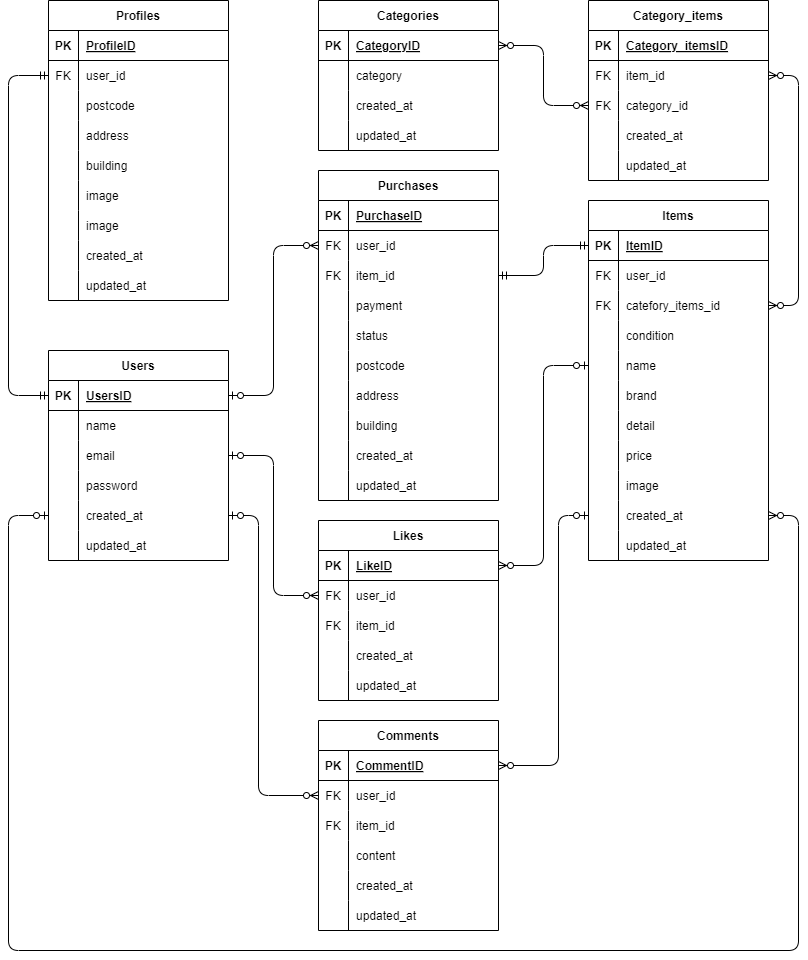
This is ER.drawio.png from orochan89/flea-market-app, a draw.io export, as it was before one commit. Source tidied: cells renumbered, new cells last; positions are measured from the earlier drawing's top-left corner, leaving out a move shared by most shapes.
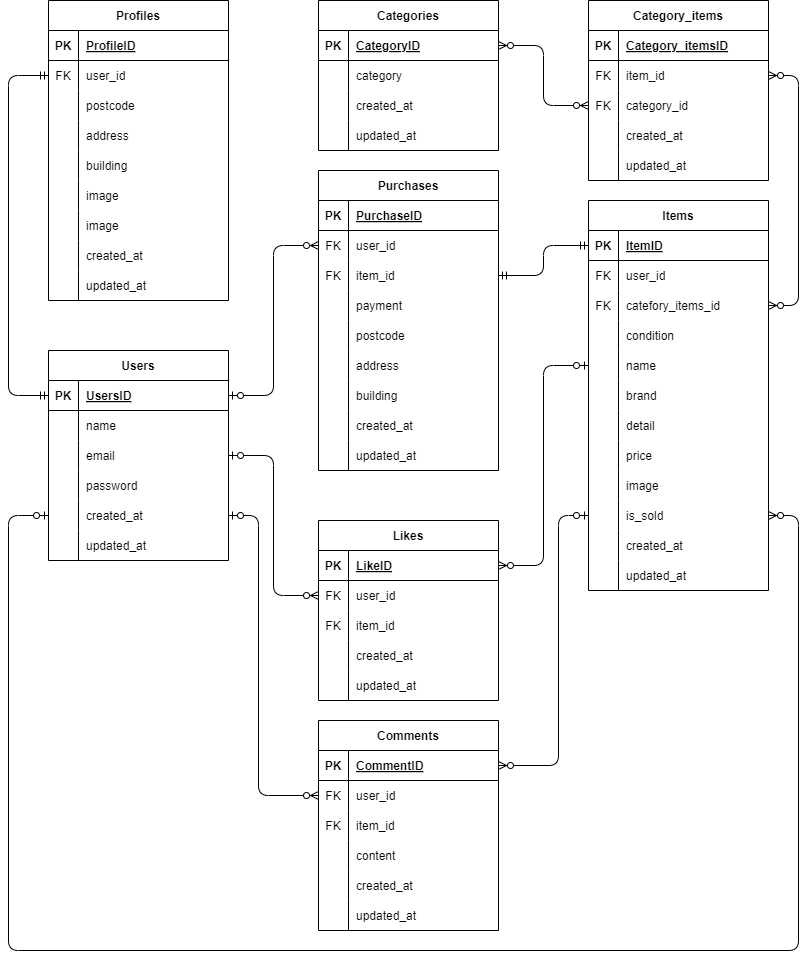
The same diagram one commit later.

Diff of the diagram source:
```diff
@@ -60,7 +60,7 @@
       <mxGeometry x="30" width="150" height="30" as="geometry" />
     </mxCell>
     <mxCell id="21" value="Items" style="shape=table;startSize=30;rowLines=0;fontStyle=1;align=center;" parent="1" vertex="1">
-      <mxGeometry x="580" y="200" width="180" height="360" as="geometry" />
+      <mxGeometry x="580" y="200" width="180" height="390" as="geometry" />
     </mxCell>
     <mxCell id="22" style="shape=tableRow;horizontal=0;startSize=0;swimlaneHead=0;swimlaneBody=0;fillColor=none;points=[[0,0.5],[1,0.5]];portConstraint=eastwest;top=0;left=0;right=0;bottom=1;" parent="21" vertex="1">
       <mxGeometry y="30" width="180" height="30" as="geometry" />
@@ -149,7 +149,7 @@
     <mxCell id="50" style="shape=partialRectangle;fillColor=none;top=0;left=0;bottom=0;right=0;overflow=hidden;" parent="49" vertex="1">
       <mxGeometry width="30" height="30" as="geometry" />
     </mxCell>
-    <mxCell id="51" value="created_at" style="shape=partialRectangle;fillColor=none;top=0;left=0;bottom=0;right=0;align=left;spacingLeft=6;overflow=hidden;" parent="49" vertex="1">
+    <mxCell id="51" value="is_sold" style="shape=partialRectangle;fillColor=none;top=0;left=0;bottom=0;right=0;align=left;spacingLeft=6;overflow=hidden;" parent="49" vertex="1">
       <mxGeometry x="30" width="150" height="30" as="geometry" />
     </mxCell>
     <mxCell id="52" style="shape=tableRow;horizontal=0;startSize=0;swimlaneHead=0;swimlaneBody=0;fillColor=none;top=0;left=0;right=0;bottom=0;" parent="21" vertex="1">
@@ -158,11 +158,20 @@
     <mxCell id="53" style="shape=partialRectangle;fillColor=none;top=0;left=0;bottom=0;right=0;overflow=hidden;" parent="52" vertex="1">
       <mxGeometry width="30" height="30" as="geometry" />
     </mxCell>
-    <mxCell id="54" value="updated_at" style="shape=partialRectangle;fillColor=none;top=0;left=0;bottom=0;right=0;align=left;spacingLeft=6;overflow=hidden;" parent="52" vertex="1">
+    <mxCell id="54" value="created_at" style="shape=partialRectangle;fillColor=none;top=0;left=0;bottom=0;right=0;align=left;spacingLeft=6;overflow=hidden;" parent="52" vertex="1">
       <mxGeometry x="30" width="150" height="30" as="geometry" />
     </mxCell>
+    <mxCell id="188" style="shape=tableRow;horizontal=0;startSize=0;swimlaneHead=0;swimlaneBody=0;fillColor=none;top=0;left=0;right=0;bottom=0;" parent="21" vertex="1">
+      <mxGeometry y="360" width="180" height="30" as="geometry" />
+    </mxCell>
+    <mxCell id="69" style="shape=partialRectangle;fillColor=none;top=0;left=0;bottom=0;right=0;overflow=hidden;" parent="188" vertex="1">
+      <mxGeometry width="30" height="30" as="geometry" />
+    </mxCell>
+    <mxCell id="189" value="updated_at" style="shape=partialRectangle;fillColor=none;top=0;left=0;bottom=0;right=0;align=left;spacingLeft=6;overflow=hidden;" parent="188" vertex="1">
+      <mxGeometry x="30" width="150" height="30" as="geometry" />
+    </mxCell>
     <mxCell id="55" value="Purchases" style="shape=table;startSize=30;rowLines=0;fontStyle=1;align=center;" parent="1" vertex="1">
-      <mxGeometry x="310" y="170" width="180" height="330" as="geometry" />
+      <mxGeometry x="310" y="170" width="180" height="300" as="geometry" />
     </mxCell>
     <mxCell id="56" style="shape=tableRow;horizontal=0;startSize=0;swimlaneHead=0;swimlaneBody=0;fillColor=none;top=0;left=0;right=0;bottom=1;" parent="55" vertex="1">
       <mxGeometry y="30" width="180" height="30" as="geometry" />
@@ -200,17 +209,8 @@
     <mxCell id="67" value="payment" style="shape=partialRectangle;fillColor=none;top=0;left=0;bottom=0;right=0;align=left;spacingLeft=6;overflow=hidden;" parent="65" vertex="1">
       <mxGeometry x="30" width="150" height="30" as="geometry" />
     </mxCell>
-    <mxCell id="68" style="shape=tableRow;horizontal=0;startSize=0;swimlaneHead=0;swimlaneBody=0;fillColor=none;top=0;left=0;right=0;bottom=0;" parent="55" vertex="1">
-      <mxGeometry y="150" width="180" height="30" as="geometry" />
-    </mxCell>
-    <mxCell id="69" style="shape=partialRectangle;fillColor=none;top=0;left=0;bottom=0;right=0;overflow=hidden;" parent="68" vertex="1">
-      <mxGeometry width="30" height="30" as="geometry" />
-    </mxCell>
-    <mxCell id="70" value="status" style="shape=partialRectangle;fillColor=none;top=0;left=0;bottom=0;right=0;align=left;spacingLeft=6;overflow=hidden;" parent="68" vertex="1">
-      <mxGeometry x="30" width="150" height="30" as="geometry" />
-    </mxCell>
     <mxCell id="71" style="shape=tableRow;horizontal=0;startSize=0;swimlaneHead=0;swimlaneBody=0;fillColor=none;top=0;left=0;right=0;bottom=0;" parent="55" vertex="1">
-      <mxGeometry y="180" width="180" height="30" as="geometry" />
+      <mxGeometry y="150" width="180" height="30" as="geometry" />
     </mxCell>
     <mxCell id="72" style="shape=partialRectangle;fillColor=none;top=0;left=0;bottom=0;right=0;overflow=hidden;" parent="71" vertex="1">
       <mxGeometry width="30" height="30" as="geometry" />
@@ -219,7 +219,7 @@
       <mxGeometry x="30" width="150" height="30" as="geometry" />
     </mxCell>
     <mxCell id="74" style="shape=tableRow;horizontal=0;startSize=0;swimlaneHead=0;swimlaneBody=0;fillColor=none;top=0;left=0;right=0;bottom=0;" parent="55" vertex="1">
-      <mxGeometry y="210" width="180" height="30" as="geometry" />
+      <mxGeometry y="180" width="180" height="30" as="geometry" />
     </mxCell>
     <mxCell id="75" style="shape=partialRectangle;fillColor=none;top=0;left=0;bottom=0;right=0;overflow=hidden;" parent="74" vertex="1">
       <mxGeometry width="30" height="30" as="geometry" />
@@ -228,7 +228,7 @@
       <mxGeometry x="30" width="150" height="30" as="geometry" />
     </mxCell>
     <mxCell id="77" style="shape=tableRow;horizontal=0;startSize=0;swimlaneHead=0;swimlaneBody=0;fillColor=none;top=0;left=0;right=0;bottom=0;" parent="55" vertex="1">
-      <mxGeometry y="240" width="180" height="30" as="geometry" />
+      <mxGeometry y="210" width="180" height="30" as="geometry" />
     </mxCell>
     <mxCell id="78" style="shape=partialRectangle;fillColor=none;top=0;left=0;bottom=0;right=0;overflow=hidden;" parent="77" vertex="1">
       <mxGeometry width="30" height="30" as="geometry" />
@@ -237,7 +237,7 @@
       <mxGeometry x="30" width="150" height="30" as="geometry" />
     </mxCell>
     <mxCell id="80" style="shape=tableRow;horizontal=0;startSize=0;swimlaneHead=0;swimlaneBody=0;fillColor=none;top=0;left=0;right=0;bottom=0;" parent="55" vertex="1">
-      <mxGeometry y="270" width="180" height="30" as="geometry" />
+      <mxGeometry y="240" width="180" height="30" as="geometry" />
     </mxCell>
     <mxCell id="81" style="shape=partialRectangle;fillColor=none;top=0;left=0;bottom=0;right=0;overflow=hidden;" parent="80" vertex="1">
       <mxGeometry width="30" height="30" as="geometry" />
@@ -246,7 +246,7 @@
       <mxGeometry x="30" width="150" height="30" as="geometry" />
     </mxCell>
     <mxCell id="83" style="shape=tableRow;horizontal=0;startSize=0;swimlaneHead=0;swimlaneBody=0;fillColor=none;top=0;left=0;right=0;bottom=0;" parent="55" vertex="1">
-      <mxGeometry y="300" width="180" height="30" as="geometry" />
+      <mxGeometry y="270" width="180" height="30" as="geometry" />
     </mxCell>
     <mxCell id="84" style="shape=partialRectangle;fillColor=none;top=0;left=0;bottom=0;right=0;overflow=hidden;" parent="83" vertex="1">
       <mxGeometry width="30" height="30" as="geometry" />
```
